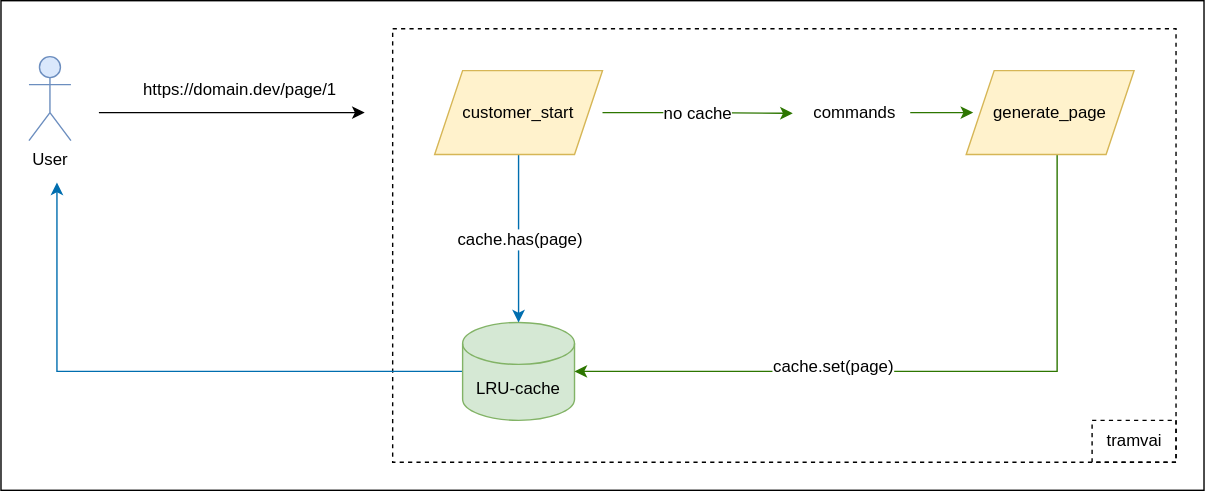
Before: tools/docSite/static/img/features/rendering/static-mode.drawio.svg, a diagram exported from draw.io (Tinkoff/tramvai). Source tidied: cells renumbered, new cells last; positions are measured from the earlier drawing's top-left corner, leaving out a move shared by most shapes.
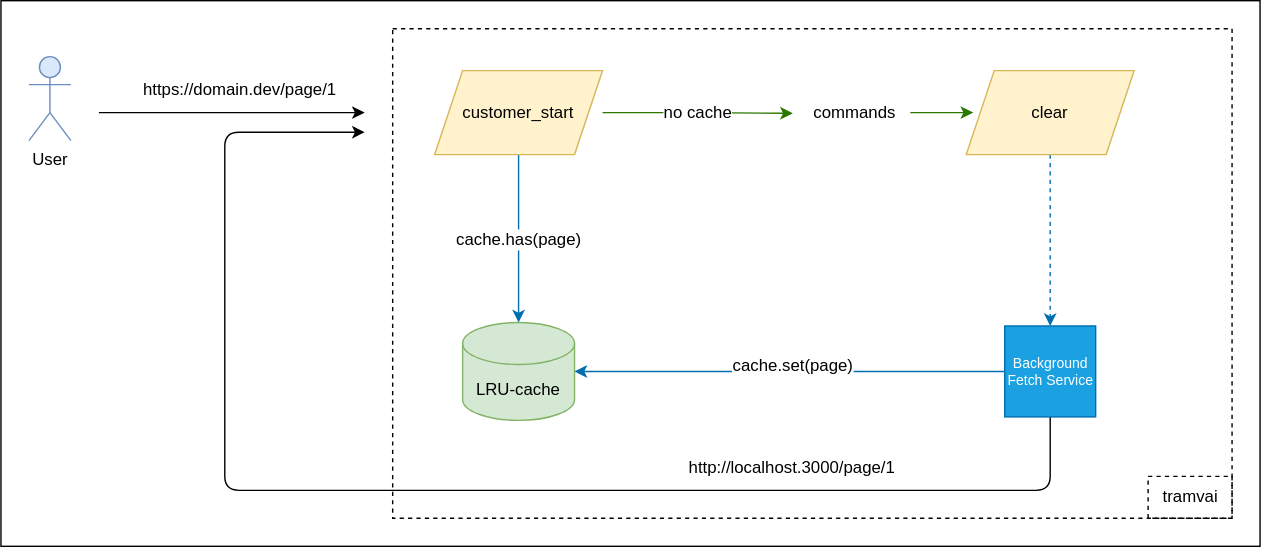
After the change.

What changed in the source:
```diff
@@ -3,7 +3,7 @@
     <mxCell id="0" />
     <mxCell id="1" parent="0" />
     <mxCell id="2" style="rounded=0;whiteSpace=wrap;html=1;" parent="1" vertex="1">
-      <mxGeometry width="860" height="350" as="geometry" />
+      <mxGeometry width="900" height="390" as="geometry" />
     </mxCell>
     <mxCell id="3" value="User" style="shape=umlActor;verticalLabelPosition=bottom;verticalAlign=top;html=1;fontSize=12;fillColor=#dae8fc;strokeColor=#6c8ebf;" parent="1" vertex="1">
       <mxGeometry x="20" y="40" width="30" height="60" as="geometry" />
@@ -18,16 +18,11 @@
       <mxGeometry x="100" y="50" width="150" height="40" as="geometry" />
     </mxCell>
     <mxCell id="6" style="rounded=0;whiteSpace=wrap;html=1;fillColor=none;fontSize=12;dashed=1;" parent="1" vertex="1">
-      <mxGeometry x="280" y="20" width="560" height="310" as="geometry" />
+      <mxGeometry x="280" y="20" width="600" height="350" as="geometry" />
     </mxCell>
     <mxCell id="7" value="tramvai" style="text;html=1;align=center;verticalAlign=middle;strokeColor=default;fillColor=none;fontSize=12;dashed=1;" parent="1" vertex="1">
-      <mxGeometry x="780" y="300" width="60" height="30" as="geometry" />
+      <mxGeometry x="820" y="340" width="60" height="30" as="geometry" />
     </mxCell>
-    <mxCell id="8" style="edgeStyle=orthogonalEdgeStyle;rounded=0;jettySize=auto;html=1;exitX=0;exitY=0.5;exitDx=0;exitDy=0;exitPerimeter=0;fontSize=12;fillColor=#1ba1e2;strokeColor=#006EAF;" parent="1" edge="1" source="9">
-      <mxGeometry relative="1" as="geometry">
-        <mxPoint x="40" y="130" as="targetPoint" />
-      </mxGeometry>
-    </mxCell>
     <mxCell id="9" value="LRU-cache" style="shape=cylinder3;whiteSpace=wrap;html=1;boundedLbl=1;backgroundOutline=1;size=15;fillColor=#d5e8d4;fontSize=12;strokeColor=#82b366;" parent="1" vertex="1">
       <mxGeometry x="330" y="230" width="80" height="70" as="geometry" />
     </mxCell>
@@ -51,16 +46,17 @@
         <mxPoint x="2" y="-18" as="offset" />
       </mxGeometry>
     </mxCell>
-    <mxCell id="14" style="edgeStyle=orthogonalEdgeStyle;rounded=0;jettySize=auto;html=1;exitX=0.5;exitY=1;exitDx=0;exitDy=0;entryX=1;entryY=0.5;entryDx=0;entryDy=0;entryPerimeter=0;fontSize=12;fillColor=#60a917;strokeColor=#2D7600;" parent="1" edge="1" target="9">
+    <mxCell id="14" style="edgeStyle=orthogonalEdgeStyle;rounded=0;jettySize=auto;html=1;exitX=0;exitY=0.5;exitDx=0;exitDy=0;entryX=1;entryY=0.5;entryDx=0;entryDy=0;entryPerimeter=0;fontSize=12;fillColor=#1ba1e2;strokeColor=#006EAF;" parent="1" edge="1" source="22" target="9">
       <mxGeometry relative="1" as="geometry">
-        <mxPoint x="755" y="110" as="sourcePoint" />
         <Array as="points">
-          <mxPoint x="755" y="265" />
+          <mxPoint x="710" y="265" />
         </Array>
       </mxGeometry>
     </mxCell>
     <mxCell id="15" value="cache.set(page)" style="edgeLabel;html=1;align=center;verticalAlign=middle;fontSize=12;" parent="14" vertex="1">
-      <mxGeometry x="0.26" y="-4" relative="1" as="geometry" />
+      <mxGeometry x="0.26" y="-4" relative="1" as="geometry">
+        <mxPoint x="42" as="offset" />
+      </mxGeometry>
     </mxCell>
     <mxCell id="16" style="edgeStyle=orthogonalEdgeStyle;rounded=0;jettySize=auto;html=1;fontSize=12;fillColor=#60a917;strokeColor=#2D7600;" parent="1" edge="1" source="17">
       <mxGeometry relative="1" as="geometry">
@@ -73,8 +69,27 @@
     <mxCell id="18" value="customer_start" style="shape=parallelogram;perimeter=parallelogramPerimeter;whiteSpace=wrap;html=1;fixedSize=1;fontSize=12;fillColor=#fff2cc;strokeColor=#d6b656;" parent="1" vertex="1">
       <mxGeometry x="310" y="50" width="120" height="60" as="geometry" />
     </mxCell>
+    <mxCell id="20" style="edgeStyle=none;html=1;exitX=0.5;exitY=1;exitDx=0;exitDy=0;entryX=0.5;entryY=0;entryDx=0;entryDy=0;fontSize=10;dashed=1;fillColor=#1ba1e2;strokeColor=#006EAF;" parent="1" edge="1" source="19" target="22">
+      <mxGeometry relative="1" as="geometry" />
+    </mxCell>
-    <mxCell id="19" value="generate_page" style="shape=parallelogram;perimeter=parallelogramPerimeter;whiteSpace=wrap;html=1;fixedSize=1;fontSize=12;fillColor=#fff2cc;strokeColor=#d6b656;" parent="1" vertex="1">
+    <mxCell id="19" value="clear" style="shape=parallelogram;perimeter=parallelogramPerimeter;whiteSpace=wrap;html=1;fixedSize=1;fontSize=12;fillColor=#fff2cc;strokeColor=#d6b656;" parent="1" vertex="1">
       <mxGeometry x="690" y="50" width="120" height="60" as="geometry" />
     </mxCell>
+    <mxCell id="21" style="edgeStyle=none;html=1;exitX=0.5;exitY=1;exitDx=0;exitDy=0;fontSize=10;" parent="1" edge="1" source="22">
+      <mxGeometry relative="1" as="geometry">
+        <mxPoint x="260" y="94" as="targetPoint" />
+        <Array as="points">
+          <mxPoint x="750" y="350" />
+          <mxPoint x="160" y="350" />
+          <mxPoint x="160" y="94" />
+        </Array>
+      </mxGeometry>
+    </mxCell>
+    <mxCell id="22" value="Background Fetch Service" style="whiteSpace=wrap;html=1;fillColor=#1ba1e2;fontColor=#ffffff;strokeColor=#006EAF;fontSize=10;" parent="1" vertex="1">
+      <mxGeometry x="717.5" y="232.5" width="65" height="65" as="geometry" />
+    </mxCell>
+    <mxCell id="23" value="&lt;span style=&quot;color: rgb(0, 0, 0); font-family: Helvetica; font-size: 12px; font-style: normal; font-variant-ligatures: normal; font-variant-caps: normal; font-weight: 400; letter-spacing: normal; orphans: 2; text-align: center; text-indent: 0px; text-transform: none; widows: 2; word-spacing: 0px; -webkit-text-stroke-width: 0px; background-color: rgb(255, 255, 255); text-decoration-thickness: initial; text-decoration-style: initial; text-decoration-color: initial; float: none; display: inline !important;&quot;&gt;http://localhost.3000/page/1&lt;/span&gt;" style="text;whiteSpace=wrap;html=1;fontSize=12;" parent="1" vertex="1">
+      <mxGeometry x="490" y="320" width="150" height="40" as="geometry" />
+    </mxCell>
   </root>
 </mxGraphModel>
```
